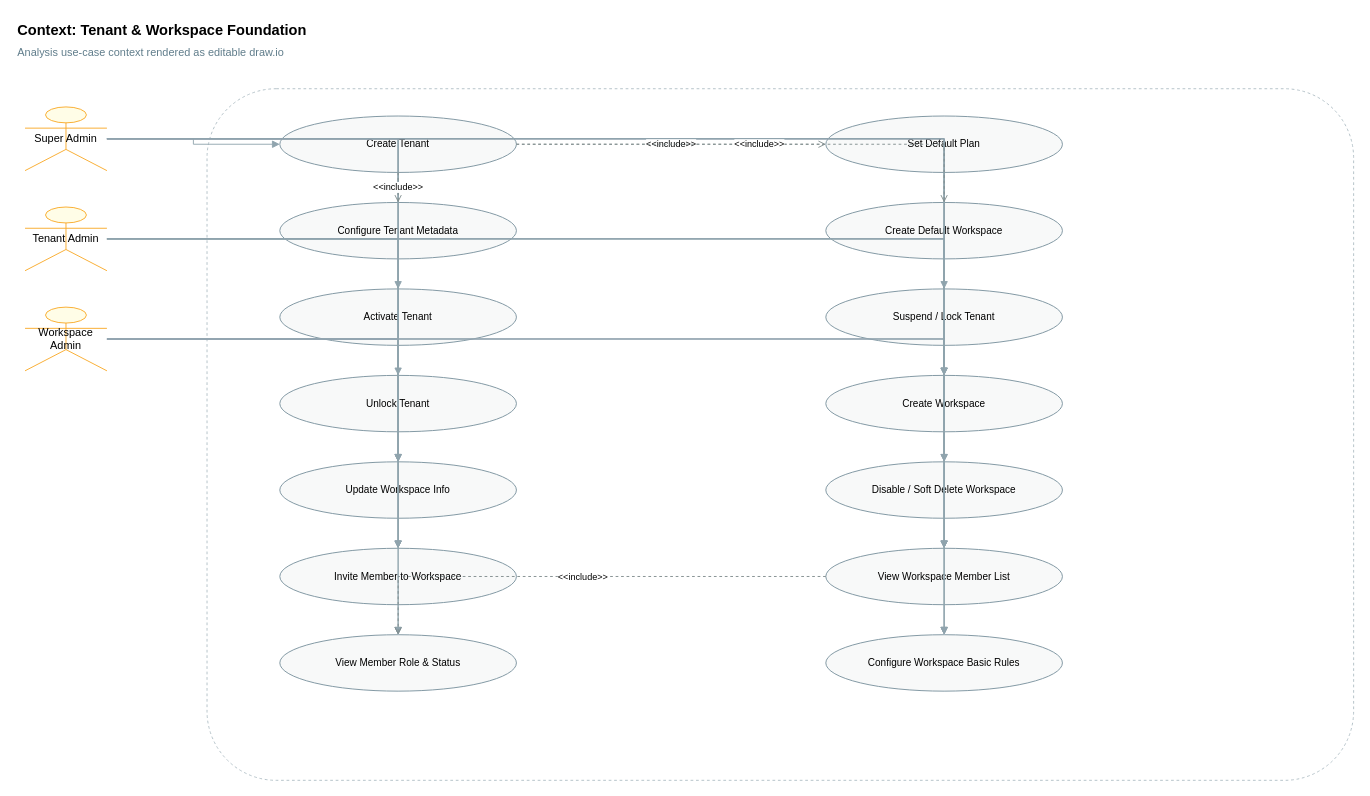
NFMU/app-design keeps this draw.io diagram as docs/analysis/usecase/02_tenant.drawio. Above is the earlier version. Source tidied: cells renumbered, new cells numbered last; positions are measured from the earlier drawing's top-left corner, leaving out a move shared by most shapes. Both pictures are drawn from the tidied source at 91%, with x=0, y=0 at pixel (15, 15).
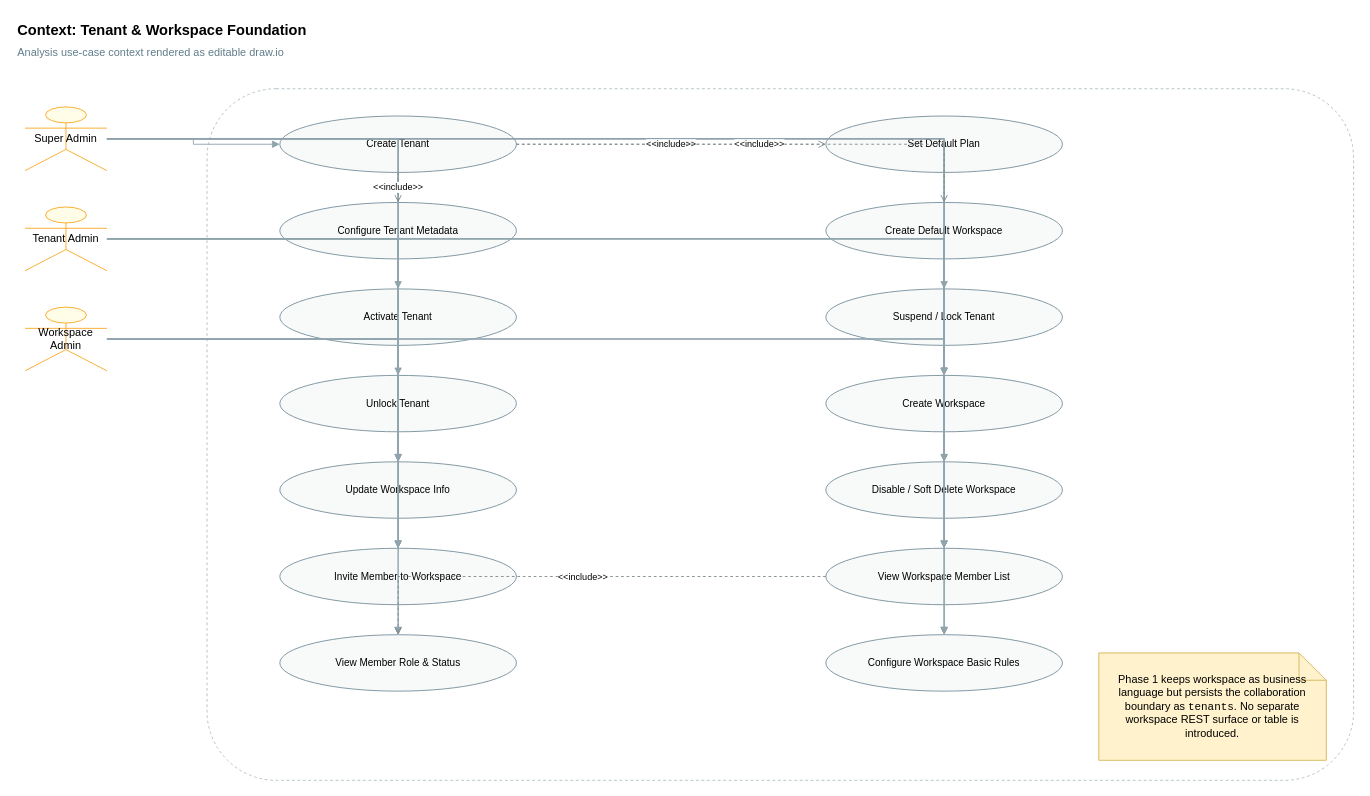
Above is the later version.

The edit, as a diff of the source:
```diff
@@
+    <mxCell id="49" value="Phase 1 keeps workspace as business language but persists the collaboration boundary as &lt;code&gt;tenants&lt;/code&gt;. No separate workspace REST surface or table is introduced." style="shape=note;whiteSpace=wrap;html=1;fillColor=#FFF2CC;strokeColor=#D6B656;" parent="1" vertex="1">
+      <mxGeometry x="1190" y="700" width="250" height="118" as="geometry" />
+    </mxCell>
```
